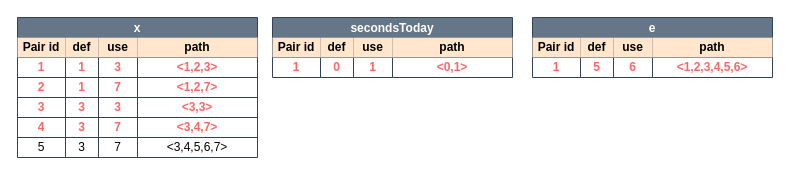
This is page "All-c-uses" (5 of 6) of docs/08_assignment/figures/getSecondsToday.drawio from Jumaruba/jtimesched, a draw.io file, before an edit. Source tidied: cells renumbered, new cells numbered last; positions are measured from the earlier drawing's top-left corner, leaving out a move shared by most shapes. Both pictures are drawn from the tidied source at 100%, with x=0, y=0 at pixel (17, 17).
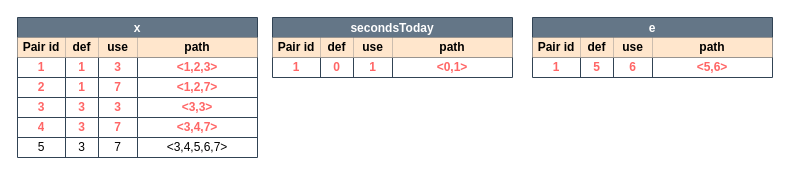
Above is the later version.

Unchanged cells that the change refers to:
```xml
<mxCell id="50" style="shape=partialRectangle;html=1;whiteSpace=wrap;fillColor=none;top=0;left=0;bottom=0;right=0;labelBackgroundColor=none;fontSize=12;" parent="44" vertex="1">
  <mxGeometry y="40" width="240" height="20" as="geometry" />
</mxCell>
```

Change to the diagram source:
```diff
@@
-    <mxCell id="54" value="&amp;lt;1,2,3,4,5,6&amp;gt;" style="shape=partialRectangle;html=1;whiteSpace=wrap;fillColor=none;top=0;left=0;bottom=0;right=0;overflow=hidden;labelBackgroundColor=none;fontSize=12;fontStyle=1;fontColor=#FF6666;" parent="50" vertex="1">
+    <mxCell id="54" value="&amp;lt;5,6&amp;gt;" style="shape=partialRectangle;html=1;whiteSpace=wrap;fillColor=none;top=0;left=0;bottom=0;right=0;overflow=hidden;labelBackgroundColor=none;fontSize=12;fontStyle=1;fontColor=#FF6666;" parent="50" vertex="1">
       <mxGeometry x="120" width="120" height="20" as="geometry" />
     </mxCell>
```
